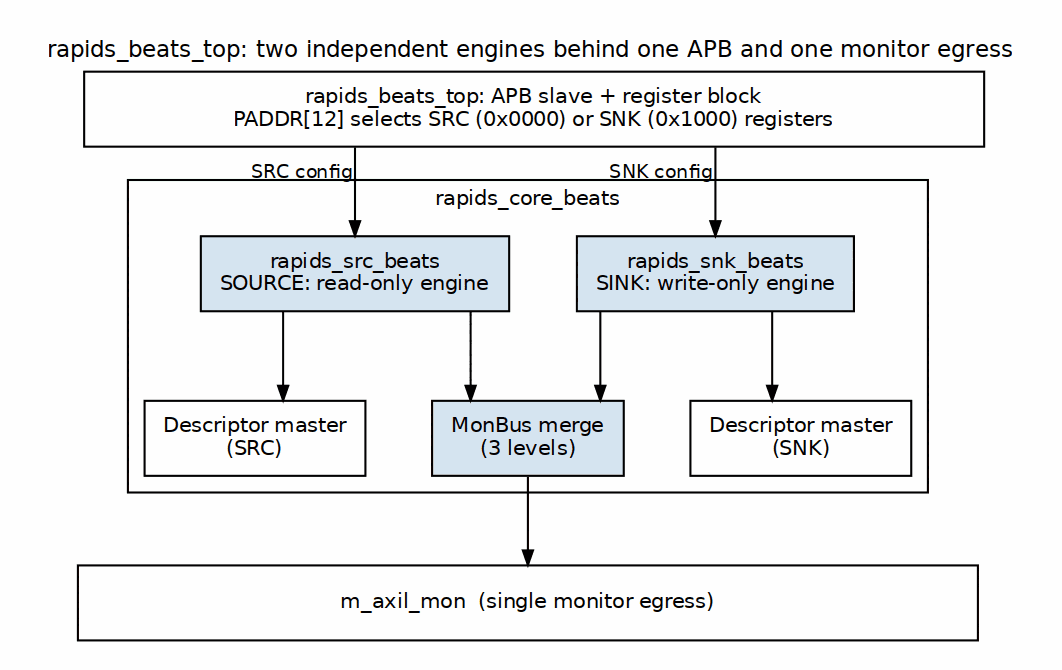
Before: projects/fpga-systems/Genesys2/dma-ip/rapids_beats/docs/assets/graphviz/rapids_split_arch.png, a diagram exported from Graphviz (sean-galloway/RTLDesignSherpa). Its source is kept beside it as projects/fpga-systems/Genesys2/dma-ip/rapids_beats/docs/assets/graphviz/rapids_split_arch.dot.
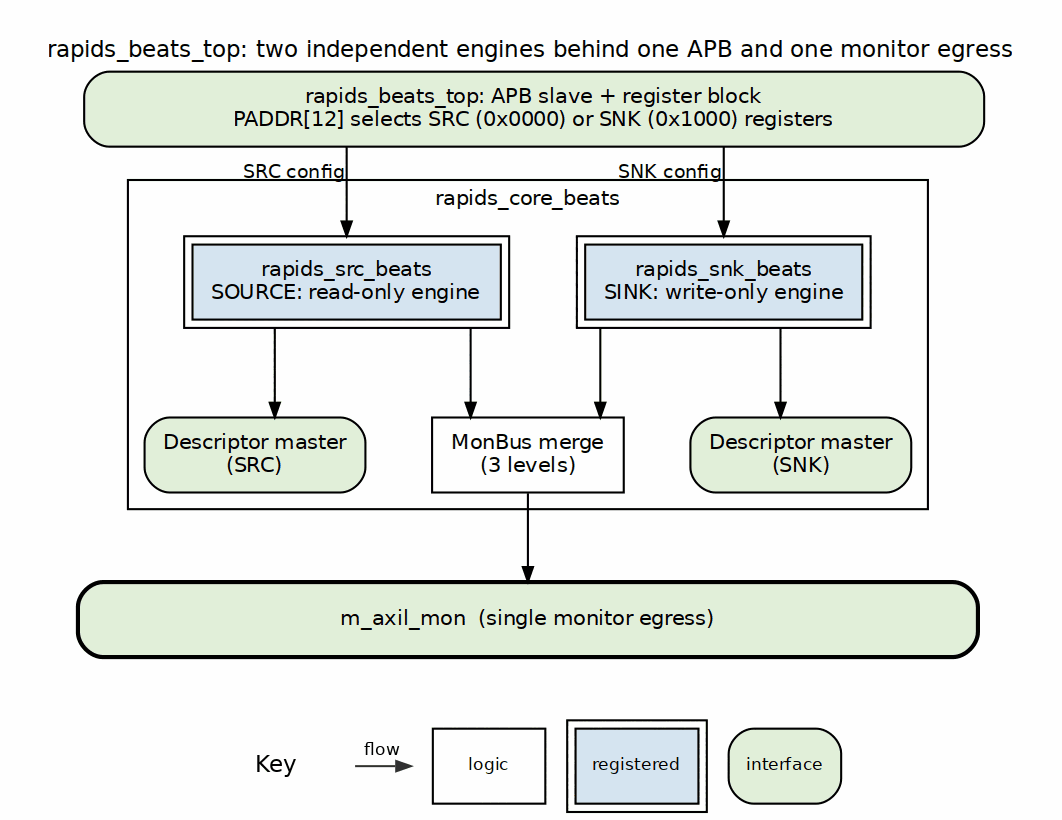
The same diagram one commit later.

The edit, as a diff of the source:
```diff
@@ -1,17 +1,17 @@
 digraph rapids_split_arch {
     graph [rankdir=TB, bgcolor="white", fontname="Helvetica", fontsize=11, nodesep="0.45", ranksep="0.6", splines=ortho, newrank=true, labelloc=t, labeljust=c, pad="0.2", label="rapids_beats_top: two independent engines behind one APB and one monitor egress"];
-    node  [fontname="Helvetica", fontsize=10, shape=box, style=filled, fillcolor="#D6E4F0", color="black", margin="0.12,0.06"];
+    node  [fontname="Helvetica", fontsize=10, shape=box, style=filled, fillcolor="white", color="black", margin="0.12,0.06"];
     edge  [fontname="Helvetica", fontsize=9, color="black", arrowsize=0.7];
-    apb  [label="rapids_beats_top: APB slave + register block\nPADDR[12] selects SRC (0x0000) or SNK (0x1000) registers", fillcolor="white", width=6];
+    apb  [label="rapids_beats_top: APB slave + register block\nPADDR[12] selects SRC (0x0000) or SNK (0x1000) registers", fillcolor="white", width=6, style="rounded,filled", fillcolor="#E2EFDA"];
     subgraph cluster_core {
         label="rapids_core_beats"; fontname="Helvetica"; fontsize=10; style=solid; color="black";
-        src  [label="rapids_src_beats\nSOURCE: read-only engine"];
-        snk  [label="rapids_snk_beats\nSINK: write-only engine"];
-        dm1  [label="Descriptor master\n(SRC)", fillcolor="white"];
-        mon  [label="MonBus merge\n(3 levels)"];
-        dm2  [label="Descriptor master\n(SNK)", fillcolor="white"];
+        src  [label="rapids_src_beats\nSOURCE: read-only engine", peripheries=2, style="filled", fillcolor="#D6E4F0"];
+        snk  [label="rapids_snk_beats\nSINK: write-only engine", peripheries=2, style="filled", fillcolor="#D6E4F0"];
+        dm1  [label="Descriptor master\n(SRC)", fillcolor="white", style="rounded,filled", fillcolor="#E2EFDA"];
+        mon  [label="MonBus merge\n(3 levels)", style="filled", fillcolor="white"];
+        dm2  [label="Descriptor master\n(SNK)", fillcolor="white", style="rounded,filled", fillcolor="#E2EFDA"];
     }
-    egr  [label="m_axil_mon  (single monitor egress)", fillcolor="white", width=6];
+    egr  [label="m_axil_mon  (single monitor egress)", fillcolor="white", width=6, style="rounded,filled,bold", fillcolor="#E2EFDA"];
 
     apb  -> src [xlabel="SRC config"];
     apb  -> snk [xlabel="SNK config"];
```
